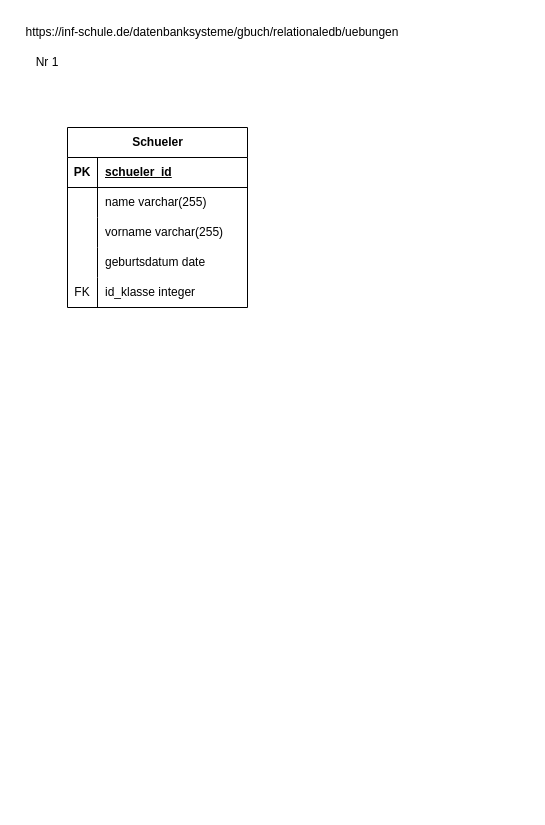
The draw.io diagram infSchuleSQL.drawio in tte09/draw.io, before the edit. Source tidied: cells renumbered, new cells numbered last; positions are measured from the earlier drawing's top-left corner, leaving out a move shared by most shapes. Both pictures are drawn from the tidied source at 100%, with x=0, y=0 at pixel (17, 17).
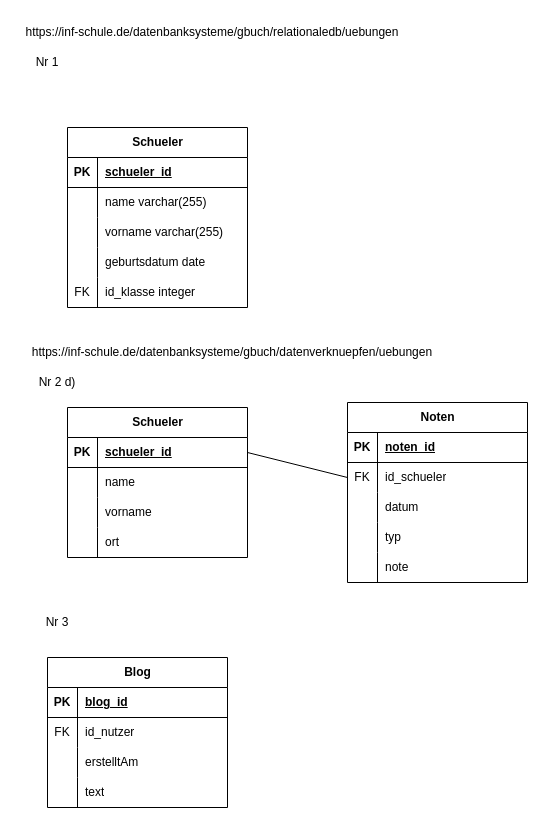
Above is the later version.

Diff of the diagram source:
```diff
@@
+    <mxCell id="20" value="https://inf-schule.de/datenbanksysteme/gbuch/datenverknuepfen/uebungen" style="text;html=1;align=center;verticalAlign=middle;whiteSpace=wrap;rounded=0;" parent="1" vertex="1">
+      <mxGeometry y="320" width="430" height="30" as="geometry" />
+    </mxCell>
+    <mxCell id="21" value="Nr 2 d)" style="text;html=1;align=center;verticalAlign=middle;whiteSpace=wrap;rounded=0;" parent="1" vertex="1">
+      <mxGeometry x="10" y="350" width="60" height="30" as="geometry" />
+    </mxCell>
+    <mxCell id="22" value="Schueler" style="shape=table;startSize=30;childLayout=tableLayout;rowLines=0;fontStyle=1;align=center;html=1;" parent="1" vertex="1">
+      <mxGeometry x="50" y="390" width="180" height="150" as="geometry" />
+    </mxCell>
+    <mxCell id="23" style="shape=tableRow;horizontal=0;startSize=0;swimlaneHead=0;swimlaneBody=0;fillColor=none;points=[[0,0.5],[1,0.5]];portConstraint=eastwest;top=0;left=0;right=0;bottom=1;" parent="22" vertex="1">
+      <mxGeometry y="30" width="180" height="30" as="geometry" />
+    </mxCell>
+    <mxCell id="24" value="PK" style="shape=partialRectangle;fillColor=none;top=0;left=0;bottom=0;right=0;fontStyle=1;overflow=hidden;whiteSpace=wrap;html=1;" parent="23" vertex="1">
+      <mxGeometry width="30" height="30" as="geometry" />
+    </mxCell>
+    <mxCell id="25" value="schueler_id" style="shape=partialRectangle;fillColor=none;top=0;left=0;bottom=0;right=0;align=left;spacingLeft=6;fontStyle=5;overflow=hidden;whiteSpace=wrap;html=1;" parent="23" vertex="1">
+      <mxGeometry x="30" width="150" height="30" as="geometry" />
+    </mxCell>
+    <mxCell id="26" style="shape=tableRow;horizontal=0;startSize=0;swimlaneHead=0;swimlaneBody=0;fillColor=none;top=0;left=0;right=0;bottom=0;" parent="22" vertex="1">
+      <mxGeometry y="60" width="180" height="30" as="geometry" />
+    </mxCell>
+    <mxCell id="27" style="shape=partialRectangle;fillColor=none;top=0;left=0;bottom=0;right=0;overflow=hidden;whiteSpace=wrap;html=1;" parent="26" vertex="1">
+      <mxGeometry width="30" height="30" as="geometry" />
+    </mxCell>
+    <mxCell id="28" value="name" style="shape=partialRectangle;fillColor=none;top=0;left=0;bottom=0;right=0;align=left;spacingLeft=6;overflow=hidden;whiteSpace=wrap;html=1;" parent="26" vertex="1">
+      <mxGeometry x="30" width="150" height="30" as="geometry" />
+    </mxCell>
+    <mxCell id="29" style="shape=tableRow;horizontal=0;startSize=0;swimlaneHead=0;swimlaneBody=0;fillColor=none;top=0;left=0;right=0;bottom=0;" parent="22" vertex="1">
+      <mxGeometry y="90" width="180" height="30" as="geometry" />
+    </mxCell>
+    <mxCell id="30" style="shape=partialRectangle;fillColor=none;top=0;left=0;bottom=0;right=0;overflow=hidden;whiteSpace=wrap;html=1;" parent="29" vertex="1">
+      <mxGeometry width="30" height="30" as="geometry" />
+    </mxCell>
+    <mxCell id="31" value="vorname" style="shape=partialRectangle;fillColor=none;top=0;left=0;bottom=0;right=0;align=left;spacingLeft=6;overflow=hidden;whiteSpace=wrap;html=1;" parent="29" vertex="1">
+      <mxGeometry x="30" width="150" height="30" as="geometry" />
+    </mxCell>
+    <mxCell id="32" style="shape=tableRow;horizontal=0;startSize=0;swimlaneHead=0;swimlaneBody=0;fillColor=none;top=0;left=0;right=0;bottom=0;" parent="22" vertex="1">
+      <mxGeometry y="120" width="180" height="30" as="geometry" />
+    </mxCell>
+    <mxCell id="33" style="shape=partialRectangle;fillColor=none;top=0;left=0;bottom=0;right=0;overflow=hidden;whiteSpace=wrap;html=1;" parent="32" vertex="1">
+      <mxGeometry width="30" height="30" as="geometry" />
+    </mxCell>
+    <mxCell id="34" value="ort" style="shape=partialRectangle;fillColor=none;top=0;left=0;bottom=0;right=0;align=left;spacingLeft=6;overflow=hidden;whiteSpace=wrap;html=1;" parent="32" vertex="1">
+      <mxGeometry x="30" width="150" height="30" as="geometry" />
+    </mxCell>
+    <mxCell id="35" value="Noten" style="shape=table;startSize=30;childLayout=tableLayout;rowLines=0;fontStyle=1;align=center;html=1;" parent="1" vertex="1">
+      <mxGeometry x="330" y="385" width="180" height="180" as="geometry" />
+    </mxCell>
+    <mxCell id="36" style="shape=tableRow;horizontal=0;startSize=0;swimlaneHead=0;swimlaneBody=0;fillColor=none;top=0;left=0;right=0;bottom=1;" parent="35" vertex="1">
+      <mxGeometry y="30" width="180" height="30" as="geometry" />
+    </mxCell>
+    <mxCell id="37" value="PK" style="shape=partialRectangle;fillColor=none;top=0;left=0;bottom=0;right=0;fontStyle=1;overflow=hidden;whiteSpace=wrap;html=1;" parent="36" vertex="1">
+      <mxGeometry width="30" height="30" as="geometry" />
+    </mxCell>
+    <mxCell id="38" value="noten_id" style="shape=partialRectangle;fillColor=none;top=0;left=0;bottom=0;right=0;align=left;spacingLeft=6;fontStyle=5;overflow=hidden;whiteSpace=wrap;html=1;" parent="36" vertex="1">
+      <mxGeometry x="30" width="150" height="30" as="geometry" />
+    </mxCell>
+    <mxCell id="39" style="shape=tableRow;horizontal=0;startSize=0;swimlaneHead=0;swimlaneBody=0;fillColor=none;points=[[0,0.5],[1,0.5]];portConstraint=eastwest;top=0;left=0;right=0;bottom=0;" parent="35" vertex="1">
+      <mxGeometry y="60" width="180" height="30" as="geometry" />
+    </mxCell>
+    <mxCell id="40" value="FK" style="shape=partialRectangle;fillColor=none;top=0;left=0;bottom=0;right=0;overflow=hidden;whiteSpace=wrap;html=1;" parent="39" vertex="1">
+      <mxGeometry width="30" height="30" as="geometry" />
+    </mxCell>
+    <mxCell id="41" value="id_schueler" style="shape=partialRectangle;fillColor=none;top=0;left=0;bottom=0;right=0;align=left;spacingLeft=6;overflow=hidden;whiteSpace=wrap;html=1;" parent="39" vertex="1">
+      <mxGeometry x="30" width="150" height="30" as="geometry" />
+    </mxCell>
+    <mxCell id="42" style="shape=tableRow;horizontal=0;startSize=0;swimlaneHead=0;swimlaneBody=0;fillColor=none;top=0;left=0;right=0;bottom=0;" parent="35" vertex="1">
+      <mxGeometry y="90" width="180" height="30" as="geometry" />
+    </mxCell>
+    <mxCell id="43" style="shape=partialRectangle;fillColor=none;top=0;left=0;bottom=0;right=0;overflow=hidden;whiteSpace=wrap;html=1;" parent="42" vertex="1">
+      <mxGeometry width="30" height="30" as="geometry" />
+    </mxCell>
+    <mxCell id="44" value="datum" style="shape=partialRectangle;fillColor=none;top=0;left=0;bottom=0;right=0;align=left;spacingLeft=6;overflow=hidden;whiteSpace=wrap;html=1;" parent="42" vertex="1">
+      <mxGeometry x="30" width="150" height="30" as="geometry" />
+    </mxCell>
+    <mxCell id="45" style="shape=tableRow;horizontal=0;startSize=0;swimlaneHead=0;swimlaneBody=0;fillColor=none;top=0;left=0;right=0;bottom=0;" parent="35" vertex="1">
+      <mxGeometry y="120" width="180" height="30" as="geometry" />
+    </mxCell>
+    <mxCell id="46" style="shape=partialRectangle;fillColor=none;top=0;left=0;bottom=0;right=0;overflow=hidden;whiteSpace=wrap;html=1;" parent="45" vertex="1">
+      <mxGeometry width="30" height="30" as="geometry" />
+    </mxCell>
+    <mxCell id="47" value="typ" style="shape=partialRectangle;fillColor=none;top=0;left=0;bottom=0;right=0;align=left;spacingLeft=6;overflow=hidden;whiteSpace=wrap;html=1;" parent="45" vertex="1">
+      <mxGeometry x="30" width="150" height="30" as="geometry" />
+    </mxCell>
+    <mxCell id="48" style="shape=tableRow;horizontal=0;startSize=0;swimlaneHead=0;swimlaneBody=0;fillColor=none;top=0;left=0;right=0;bottom=0;" parent="35" vertex="1">
+      <mxGeometry y="150" width="180" height="30" as="geometry" />
+    </mxCell>
+    <mxCell id="49" style="shape=partialRectangle;fillColor=none;top=0;left=0;bottom=0;right=0;overflow=hidden;whiteSpace=wrap;html=1;" parent="48" vertex="1">
+      <mxGeometry width="30" height="30" as="geometry" />
+    </mxCell>
+    <mxCell id="50" value="note" style="shape=partialRectangle;fillColor=none;top=0;left=0;bottom=0;right=0;align=left;spacingLeft=6;overflow=hidden;whiteSpace=wrap;html=1;" parent="48" vertex="1">
+      <mxGeometry x="30" width="150" height="30" as="geometry" />
+    </mxCell>
+    <mxCell id="51" style="endArrow=none;html=1;rounded=0;exitX=1;exitY=0.5;exitDx=0;exitDy=0;entryX=0;entryY=0.5;entryDx=0;entryDy=0;" parent="1" edge="1" source="23" target="39">
+      <mxGeometry relative="1" as="geometry" />
+    </mxCell>
+    <mxCell id="52" value="Nr 3" style="text;html=1;align=center;verticalAlign=middle;whiteSpace=wrap;rounded=0;" parent="1" vertex="1">
+      <mxGeometry x="10" y="590" width="60" height="30" as="geometry" />
+    </mxCell>
+    <mxCell id="53" value="Blog" style="shape=table;startSize=30;childLayout=tableLayout;rowLines=0;fontStyle=1;align=center;html=1;" parent="1" vertex="1">
+      <mxGeometry x="30" y="640" width="180" height="150" as="geometry" />
+    </mxCell>
+    <mxCell id="54" style="shape=tableRow;horizontal=0;startSize=0;swimlaneHead=0;swimlaneBody=0;fillColor=none;top=0;left=0;right=0;bottom=1;" parent="53" vertex="1">
+      <mxGeometry y="30" width="180" height="30" as="geometry" />
+    </mxCell>
+    <mxCell id="55" value="PK" style="shape=partialRectangle;fillColor=none;top=0;left=0;bottom=0;right=0;fontStyle=1;overflow=hidden;whiteSpace=wrap;html=1;" parent="54" vertex="1">
+      <mxGeometry width="30" height="30" as="geometry" />
+    </mxCell>
+    <mxCell id="56" value="blog_id" style="shape=partialRectangle;fillColor=none;top=0;left=0;bottom=0;right=0;align=left;spacingLeft=6;fontStyle=5;overflow=hidden;whiteSpace=wrap;html=1;" parent="54" vertex="1">
+      <mxGeometry x="30" width="150" height="30" as="geometry" />
+    </mxCell>
+    <mxCell id="57" style="shape=tableRow;horizontal=0;startSize=0;swimlaneHead=0;swimlaneBody=0;fillColor=none;top=0;left=0;right=0;bottom=0;" parent="53" vertex="1">
+      <mxGeometry y="60" width="180" height="30" as="geometry" />
+    </mxCell>
+    <mxCell id="58" value="FK" style="shape=partialRectangle;fillColor=none;top=0;left=0;bottom=0;right=0;overflow=hidden;whiteSpace=wrap;html=1;" parent="57" vertex="1">
+      <mxGeometry width="30" height="30" as="geometry" />
+    </mxCell>
+    <mxCell id="59" value="id_nutzer" style="shape=partialRectangle;fillColor=none;top=0;left=0;bottom=0;right=0;align=left;spacingLeft=6;overflow=hidden;whiteSpace=wrap;html=1;" parent="57" vertex="1">
+      <mxGeometry x="30" width="150" height="30" as="geometry" />
+    </mxCell>
+    <mxCell id="60" style="shape=tableRow;horizontal=0;startSize=0;swimlaneHead=0;swimlaneBody=0;fillColor=none;top=0;left=0;right=0;bottom=0;" parent="53" vertex="1">
+      <mxGeometry y="90" width="180" height="30" as="geometry" />
+    </mxCell>
+    <mxCell id="61" style="shape=partialRectangle;fillColor=none;top=0;left=0;bottom=0;right=0;overflow=hidden;whiteSpace=wrap;html=1;" parent="60" vertex="1">
+      <mxGeometry width="30" height="30" as="geometry" />
+    </mxCell>
+    <mxCell id="62" value="erstelltAm" style="shape=partialRectangle;fillColor=none;top=0;left=0;bottom=0;right=0;align=left;spacingLeft=6;overflow=hidden;whiteSpace=wrap;html=1;" parent="60" vertex="1">
+      <mxGeometry x="30" width="150" height="30" as="geometry" />
+    </mxCell>
+    <mxCell id="63" style="shape=tableRow;horizontal=0;startSize=0;swimlaneHead=0;swimlaneBody=0;fillColor=none;top=0;left=0;right=0;bottom=0;" parent="53" vertex="1">
+      <mxGeometry y="120" width="180" height="30" as="geometry" />
+    </mxCell>
+    <mxCell id="64" style="shape=partialRectangle;fillColor=none;top=0;left=0;bottom=0;right=0;overflow=hidden;whiteSpace=wrap;html=1;" parent="63" vertex="1">
+      <mxGeometry width="30" height="30" as="geometry" />
+    </mxCell>
+    <mxCell id="65" value="text" style="shape=partialRectangle;fillColor=none;top=0;left=0;bottom=0;right=0;align=left;spacingLeft=6;overflow=hidden;whiteSpace=wrap;html=1;" parent="63" vertex="1">
+      <mxGeometry x="30" width="150" height="30" as="geometry" />
+    </mxCell>
```
